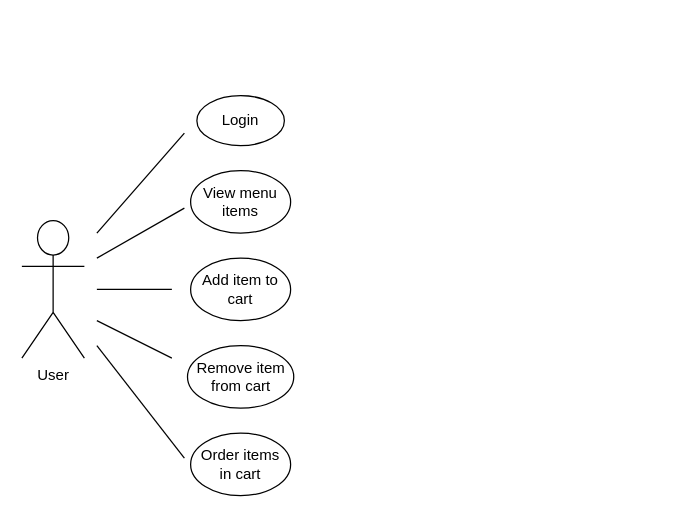
Before: synoptic-practice/images/usecase.drawio in JWardle245/Whitehat, a draw.io diagram. Source tidied: cells renumbered, new cells numbered last; positions are measured from the earlier drawing's top-left corner, leaving out a move shared by most shapes. Both pictures are drawn from the tidied source at 125%, with x=0, y=0 at pixel (21, 95).
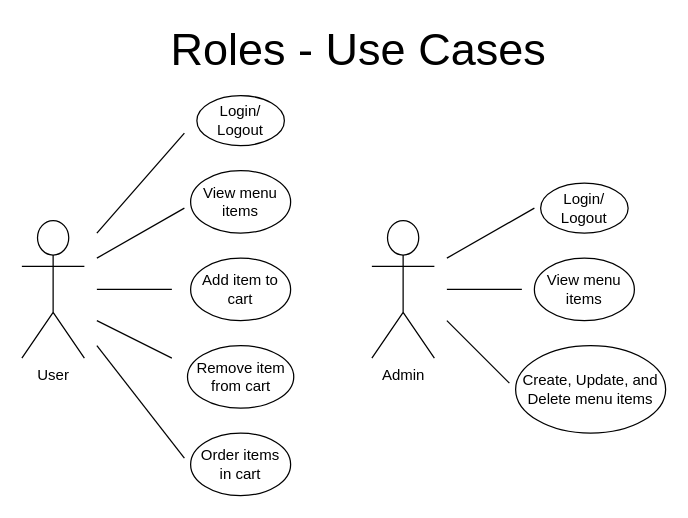
The same diagram, later.

What changed in the source:
```diff
@@
-    <mxCell id="3" value="Login" style="ellipse;whiteSpace=wrap;html=1;" parent="1" vertex="1">
+    <mxCell id="3" value="Login/&lt;br&gt;Logout" style="ellipse;whiteSpace=wrap;html=1;" parent="1" vertex="1">
       <mxGeometry x="140" width="70" height="40" as="geometry" />
     </mxCell>
@@
+    <mxCell id="13" value="Admin" style="shape=umlActor;verticalLabelPosition=bottom;verticalAlign=top;html=1;" parent="1" vertex="1">
+      <mxGeometry x="280" y="100" width="50" height="110" as="geometry" />
+    </mxCell>
+    <mxCell id="14" value="Login/&lt;br&gt;Logout" style="ellipse;whiteSpace=wrap;html=1;" parent="1" vertex="1">
+      <mxGeometry x="415" y="70" width="70" height="40" as="geometry" />
+    </mxCell>
+    <mxCell id="15" value="View menu items" style="ellipse;whiteSpace=wrap;html=1;" parent="1" vertex="1">
+      <mxGeometry x="410" y="130" width="80" height="50" as="geometry" />
+    </mxCell>
+    <mxCell id="16" value="Create, Update, and Delete menu items" style="ellipse;whiteSpace=wrap;html=1;" parent="1" vertex="1">
+      <mxGeometry x="395" y="200" width="120" height="70" as="geometry" />
+    </mxCell>
+    <mxCell id="17" style="endArrow=none;html=1;rounded=0;" parent="1" edge="1">
+      <mxGeometry relative="1" as="geometry">
+        <mxPoint x="340" y="155" as="sourcePoint" />
+        <mxPoint x="400" y="155" as="targetPoint" />
+      </mxGeometry>
+    </mxCell>
+    <mxCell id="18" style="endArrow=none;html=1;rounded=0;" parent="1" edge="1">
+      <mxGeometry relative="1" as="geometry">
+        <mxPoint x="340" y="130" as="sourcePoint" />
+        <mxPoint x="410" y="90" as="targetPoint" />
+      </mxGeometry>
+    </mxCell>
+    <mxCell id="19" style="endArrow=none;html=1;rounded=0;" parent="1" edge="1">
+      <mxGeometry relative="1" as="geometry">
+        <mxPoint x="390" y="230" as="sourcePoint" />
+        <mxPoint x="340" y="180" as="targetPoint" />
+      </mxGeometry>
+    </mxCell>
+    <mxCell id="20" value="&lt;font style=&quot;font-size: 36px&quot;&gt;Roles - Use Cases&lt;/font&gt;" style="text;html=1;strokeColor=none;fillColor=none;align=center;verticalAlign=middle;whiteSpace=wrap;rounded=0;" parent="1" vertex="1">
+      <mxGeometry x="105" y="-59" width="329" height="44" as="geometry" />
+    </mxCell>
```
